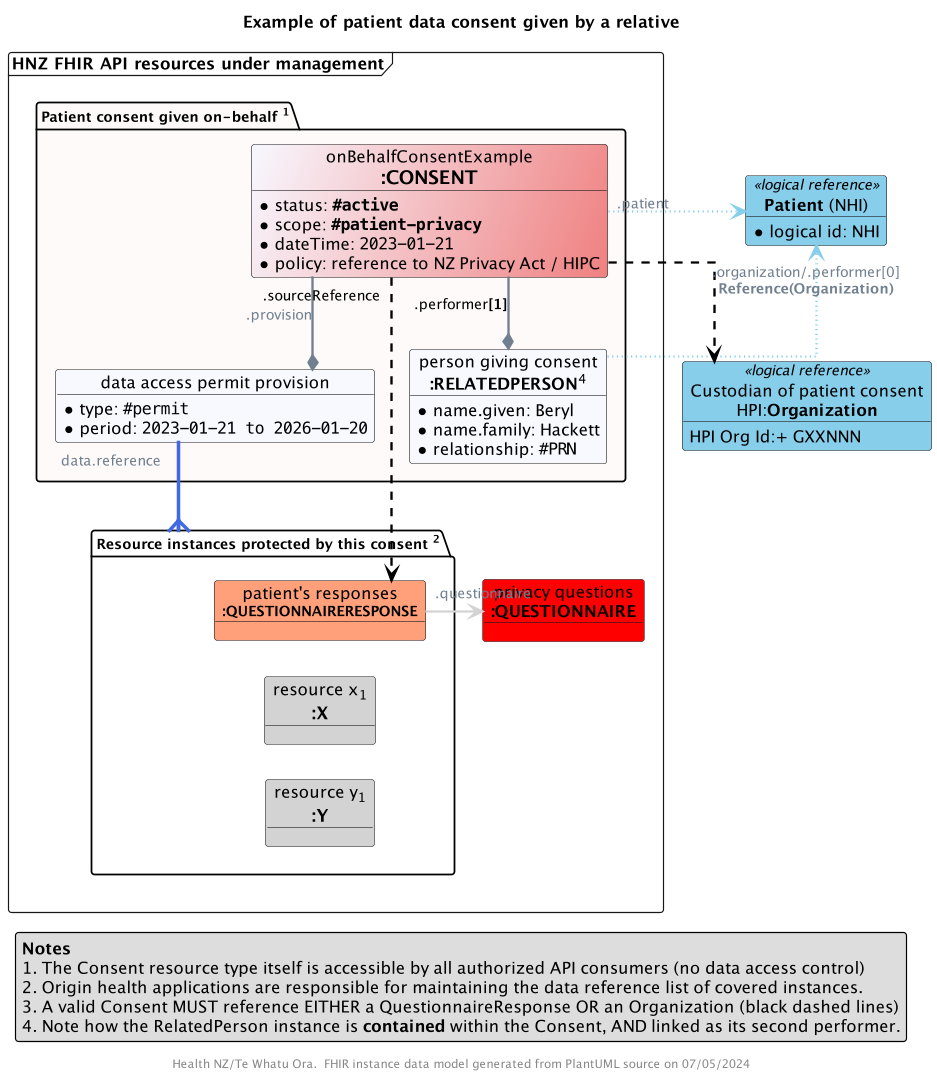
Before: input/images/obj-FHIR-data-consent-givenonbehalf.png, a diagram exported from PlantUML (tewhatuora/fhir-rheumatic-fever).
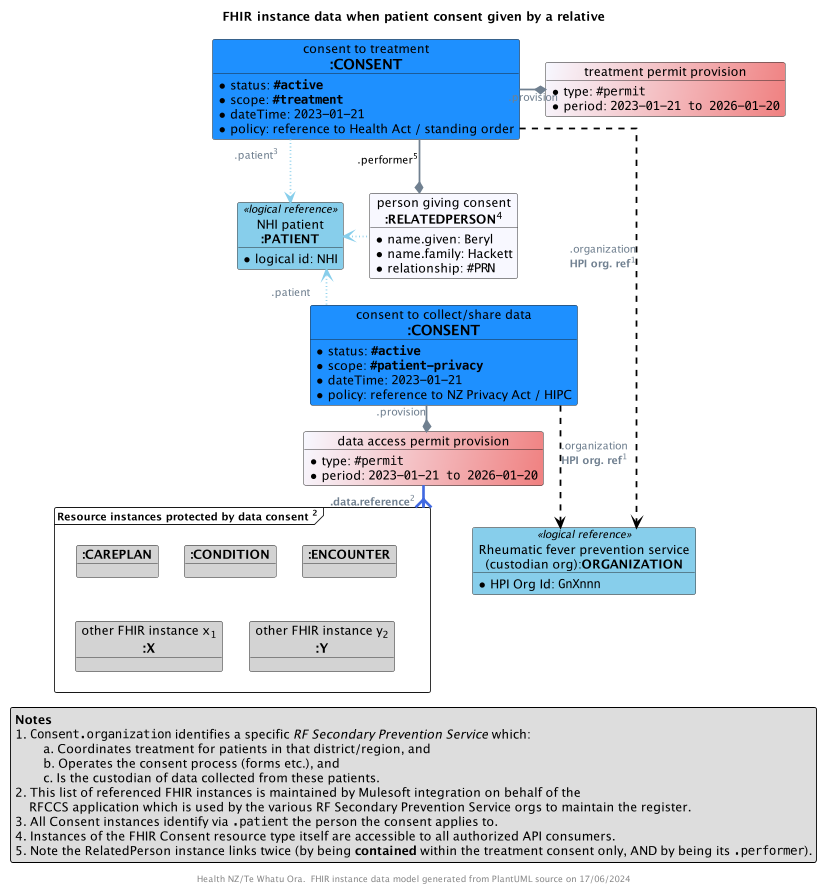
Later version of the same file.

Commit message:
updated FHIR Consent designs

Diff of the diagram source:
```diff
@@ -1,9 +1,9 @@
 @startuml obj-FHIR-data-consent-givenonbehalf
 
 top to bottom direction
-skinparam dpi 300
+skinparam dpi 200
 allow_mixing
-scale 300 width
+scale 400 width
 
 skinparam ActivityDiamondBackgroundColor #RoyalBlue
 skinparam ArrowColor #SlateGrey
@@ -18,7 +18,7 @@
 skinparam roundcorner 5
 skinparam sequenceArrowThickness 2
 
-title Example of patient data consent given by a relative
+title FHIR instance data when patient consent given by a relative
 
 !procedure $Coding($Alias,$System,$Code,$Display)
   object "<color:GhostWhite>$System" as $Alias #MediumPurple {
@@ -26,69 +26,80 @@
   }
 !endprocedure
 
-frame "HNZ FHIR API resources under management" as HNZMain {
+object "consent to treatment\n<size:16>**:CONSENT**" as TREATCONSENT #DodgerBlue {
+  * status: ""**#active**""
+  * scope: ""**#treatment**""
+  * dateTime: ""2023-01-21""
+  * policy: reference to Health Act / standing order
+}
 
-  package "<size:12>Patient consent given on-behalf <sup>1</sup>" as ONBEHALF #Snow {
+object "treatment permit provision" as TAP #GhostWhite/LightCoral  {
+  * type: ""#permit""
+  * period: ""2023-01-21 to 2026-01-20""
+}
 
-    object "onBehalfConsentExample\n<size:16>**:CONSENT**" as CONSENT #GhostWhite/LightCoral {
-      * status: ""**#active**""
-      * scope: ""**#patient-privacy**""
-      * dateTime: ""2023-01-21""
-      * policy: reference to NZ Privacy Act / HIPC
-    }
+object "consent to collect/share data\n<size:16>**:CONSENT**" as DATACONSENT #DodgerBlue {
+  * status: ""**#active**""
+  * scope: ""**#patient-privacy**""
+  * dateTime: ""2023-01-21""
+  * policy: reference to NZ Privacy Act / HIPC
+}
 
-    object "data access permit provision" as DAP #GhostWhite {
-      * type: ""#permit""
-      * period: ""2023-01-21 to 2026-01-20""
-    }
+object "data access permit provision" as DAP #GhostWhite/LightCoral  {
+  * type: ""#permit""
+  * period: ""2023-01-21 to 2026-01-20""
+}
 
-    object "person giving consent\n<size:14>**:RELATEDPERSON**<sup>4</sup>" as RP #GhostWhite {
-      * name.given: Beryl
-      * name.family: Hackett
-      * relationship: ""#PRN""
-    }
-
-  }
-
-  object "privacy questions\n<size:14>**:QUESTIONNAIRE**" as Q #Red
-
-  package "<size:12>Resource instances protected by this consent <sup>2</sup>" as COVERED {
-    object "patient's responses\n<size:12>**:QUESTIONNAIRERESPONSE**" as QRC #LightSalmon
-    object "resource x<sub>1</sub>\n**<size:15>:X**" as AnyResource #LightGray
-    object "resource y<sub>1</sub>\n**<size:15>:Y**" as AnotherResource #LightGray
-
-    QRC -[hidden]d- AnyResource
-    AnyResource -[hidden]d- AnotherResource
-  }
+object "person giving consent\n<size:14>**:RELATEDPERSON**<sup>4</sup>" as RP #GhostWhite {
+  * name.given: Beryl
+  * name.family: Hackett
+  * relationship: ""#PRN""
+}
 
 
-  DAP "data.reference" -[thickness=3,#RoyalBlue]--{ COVERED
-
-
-}
-
-object "**Patient** (NHI)" as Patient <<logical reference>> #SkyBlue {
+object "NHI patient\n**:PATIENT**" as PATIENT <<logical reference>> #SkyBlue {
   * logical id: NHI
 }
 
-object "Custodian of patient consent\nHPI:**Organization**" as HPI <<logical reference>> #SkyBlue {
-  HPI Org Id:+ GXXNNN
+object "Rheumatic fever prevention service\n(custodian org):**ORGANIZATION**" as HPI <<logical reference>> #SkyBlue {
+  * HPI Org Id: ""GnXnnn""
 }
 
-CONSENT -d--* DAP: "".provision""
-CONSENT -d--* RP: <color:#Black>.performer**[1]**
-RP -[dotted,#SkyBlue,norank]-> Patient
-CONSENT "<color:#Black>.sourceReference" -[dashed,#Black]d-->  QRC
-CONSENT ".patient" -[dotted,#SkyBlue,norank]--> Patient
-CONSENT -[dashed,#Black]--> HPI: .organization/.performer[0]\n**Reference(Organization)**
-QRC ".questionnaire" -[#LightGray]l--> Q
+frame "<size:12>Resource instances protected by data consent <sup>2</sup>" as COVERED {
+  object "<size:14>**:CAREPLAN**" as R1 #LightGray
+  object "<size:14>**:CONDITION**" as R2 #LightGray
+  object "<size:14>**:ENCOUNTER**" as R3 #LightGray
+  object "other FHIR instance x<sub>1</sub>\n**<size:15>:X**" as Another1 #LightGray
+  object "other FHIR instance y<sub>2</sub>\n**<size:15>:Y**" as Another2 #LightGray
+}
+
+TREATCONSENT -[hidden]d- RP
+RP -[hidden]d- DATACONSENT
+
+DAP "**.data.reference**<sup>2</sup>" -[thickness=3,#RoyalBlue]-{ COVERED
+
+RP -[dotted,#SkyBlue]l--> PATIENT
+
+TREATCONSENT ".patient<sup>3</sup>" -[dotted,#SkyBlue]--> PATIENT
+TREATCONSENT -[norank]--* RP: <color:#Black>.performer<sup>5</sup>
+TREATCONSENT -[norank]-* TAP : "".provision""
+TREATCONSENT -[dashed,#Black,norank]---> HPI: .organization\n**HPI org. ref**<sup>1</sup>
+
+DATACONSENT ".patient" -[dotted,#SkyBlue,norank]--> PATIENT
+DATACONSENT -d-* DAP : "".provision""
+DATACONSENT -[dashed,#Black]--> HPI: .organization\n**HPI org. ref**<sup>1</sup>
 
 legend bottom
   **Notes**
-  1. The Consent resource type itself is accessible by all authorized API consumers (no data access control)
-  2. Origin health applications are responsible for maintaining the data reference list of covered instances.
-  3. A valid Consent MUST reference EITHER a QuestionnaireResponse OR an Organization (black dashed lines)
-  4. Note how the RelatedPerson instance is **contained** within the Consent, AND linked as its second performer.
+  1. ""Consent.organization"" identifies a specific //RF Secondary Prevention Service// which:
+      \ta. Coordinates treatment for patients in that district/region, and
+      \tb. Operates the consent process (forms etc.), and
+      \tc. Is the custodian of data collected from these patients.
+  2. This list of referenced FHIR instances is maintained by Mulesoft integration on behalf of the
+      RFCCS application which is used by the various RF Secondary Prevention Service orgs to maintain the register.
+  3. All Consent instances identify via "".patient"" the person the consent applies to.
+  4. Instances of the FHIR Consent resource type itself are accessible to all authorized API consumers.
+  5. Note the RelatedPerson instance links twice (by being **contained** within the treatment consent only, AND by being its "".performer"").
 endlegend
 
 footer "Health NZ/Te Whatu Ora.  FHIR instance data model generated from PlantUML source on %date('dd/MM/yyyy')"
```
